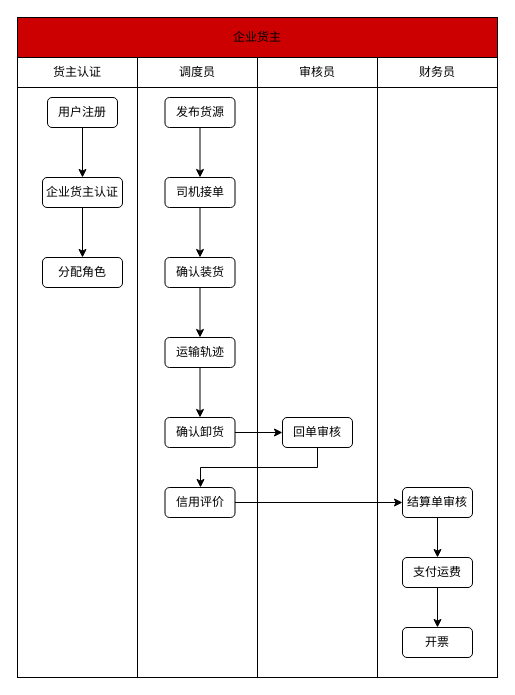
This is 企业货主流程图.drawio from chenyibang/rdpwrap, a draw.io file, before an edit. Source tidied: cells renumbered, new cells numbered last; positions are measured from the earlier drawing's top-left corner, leaving out a move shared by most shapes. Both pictures are drawn from the tidied source at 100%, with x=0, y=0 at pixel (17, 17).
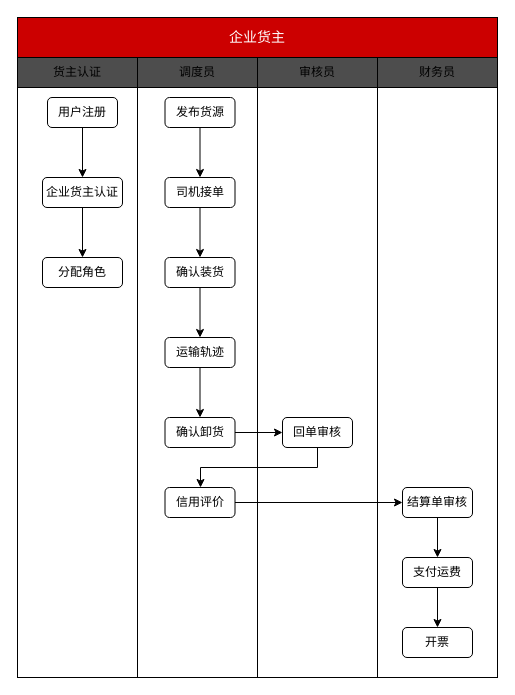
Above is the later version.

Commit message (it also covers changes not shown here):
更新企业货主流程图.drawio

Change to the diagram source:
```diff
@@
-    <mxCell id="6" value="调度员" style="rounded=0;whiteSpace=wrap;html=1;" parent="1" vertex="1">
+    <mxCell id="6" value="调度员" style="rounded=0;whiteSpace=wrap;html=1;fillColor=#4D4D4D;" parent="1" vertex="1">
       <mxGeometry x="120" y="40" width="120" height="30" as="geometry" />
     </mxCell>
-    <mxCell id="7" value="审核员" style="rounded=0;whiteSpace=wrap;html=1;" parent="1" vertex="1">
+    <mxCell id="7" value="审核员" style="rounded=0;whiteSpace=wrap;html=1;fillColor=#4D4D4D;" parent="1" vertex="1">
       <mxGeometry x="240" y="40" width="120" height="30" as="geometry" />
     </mxCell>
-    <mxCell id="8" value="财务员" style="rounded=0;whiteSpace=wrap;html=1;" parent="1" vertex="1">
+    <mxCell id="8" value="财务员" style="rounded=0;whiteSpace=wrap;html=1;fillColor=#4D4D4D;" parent="1" vertex="1">
       <mxGeometry x="360" y="40" width="120" height="30" as="geometry" />
     </mxCell>
-    <mxCell id="9" value="企业货主" style="rounded=0;whiteSpace=wrap;html=1;fillColor=#CC0000;" parent="1" vertex="1">
+    <mxCell id="9" value="企业货主" style="rounded=0;whiteSpace=wrap;html=1;fillColor=#CC0000;fontColor=#FFFFFF;fontSize=14;" parent="1" vertex="1">
       <mxGeometry width="480" height="40" as="geometry" />
     </mxCell>
@@
-    <mxCell id="15" value="货主认证" style="rounded=0;whiteSpace=wrap;html=1;" parent="1" vertex="1">
+    <mxCell id="15" value="货主认证" style="rounded=0;whiteSpace=wrap;html=1;fillColor=#4D4D4D;" parent="1" vertex="1">
       <mxGeometry y="40" width="120" height="30" as="geometry" />
     </mxCell>
```
